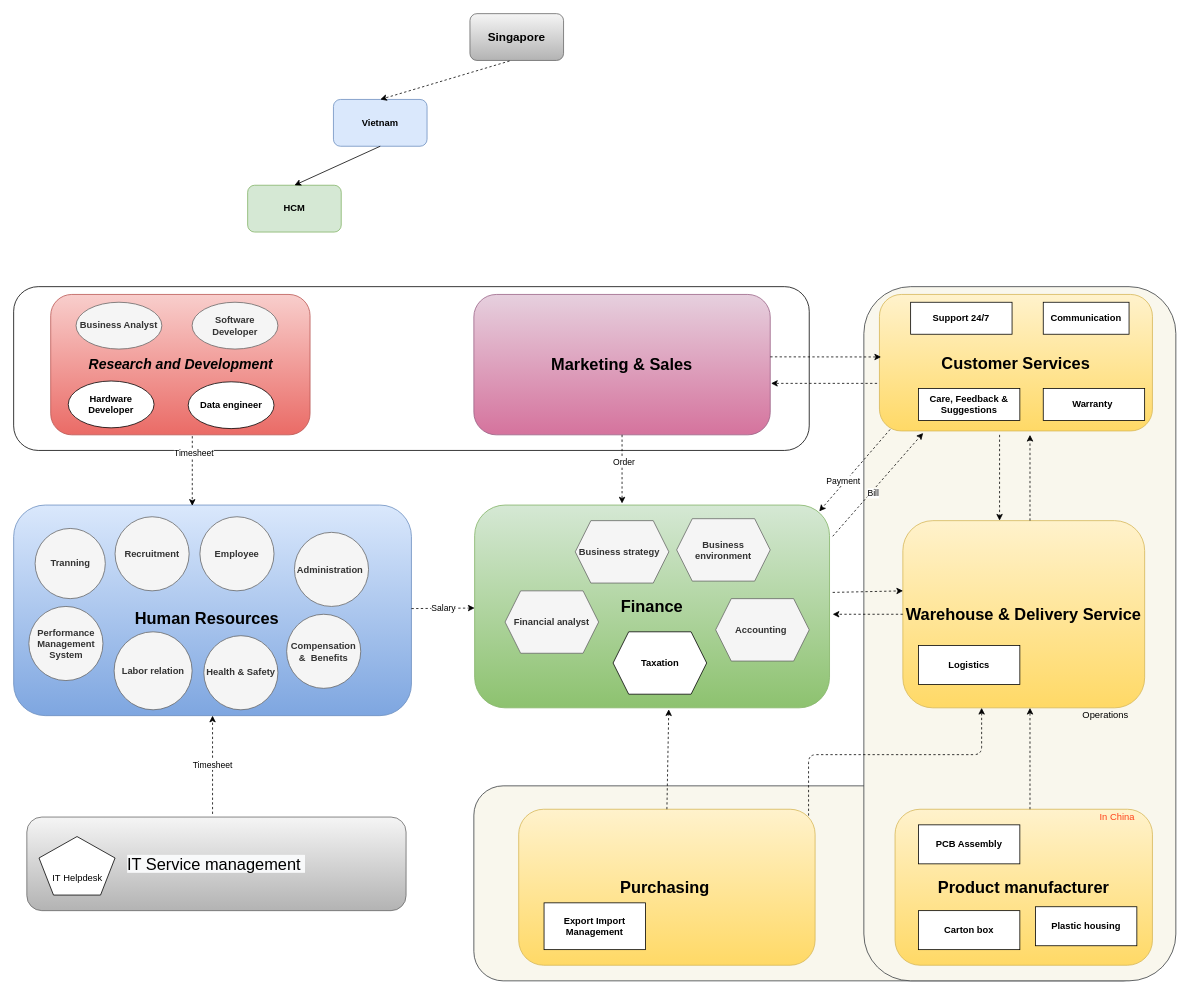
letrthong/business keeps this draw.io diagram as page "Org_Chart" (1 of 11) of 04_docs/Department_Organizational_chart.drawio. Above is the earlier version. Source tidied: cells renumbered, new cells numbered last; positions are measured from the earlier drawing's top-left corner, leaving out a move shared by most shapes. Both pictures are drawn from the tidied source at 78%, with x=0, y=0 at pixel (13, 13).
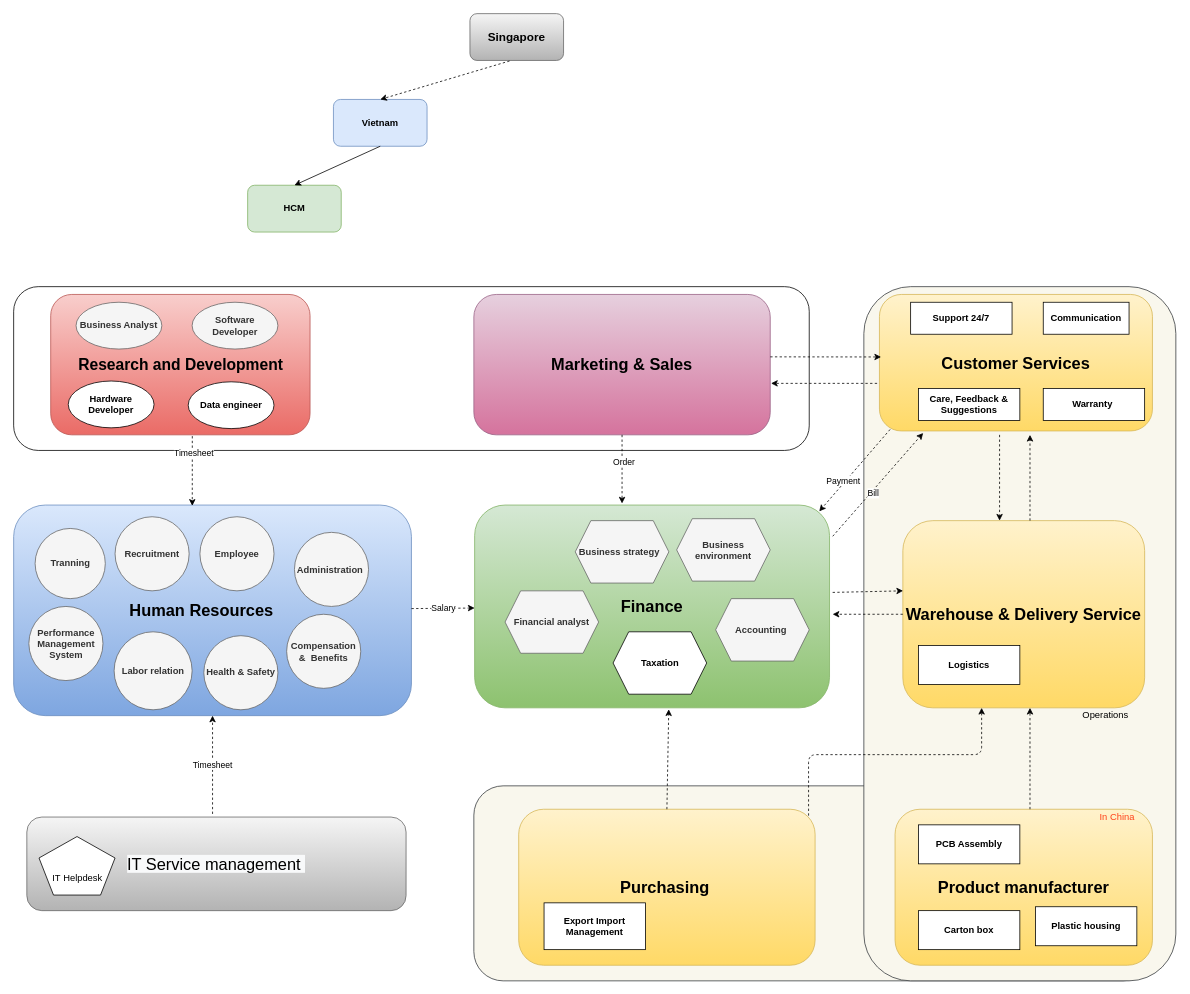
The same diagram, later.

Diff of the diagram source:
```diff
@@
-    <mxCell id="11" value="&lt;em&gt;&lt;font style=&quot;font-size: 18px&quot;&gt;&lt;b&gt;Research and Development&lt;/b&gt;&lt;/font&gt;&lt;/em&gt;" style="rounded=1;whiteSpace=wrap;html=1;gradientColor=#ea6b66;fillColor=#f8cecc;strokeColor=#b85450;" parent="1" vertex="1">
+    <mxCell id="11" value="&lt;font size=&quot;1&quot;&gt;&lt;b style=&quot;font-size: 20px&quot;&gt;Research and Development&lt;/b&gt;&lt;/font&gt;" style="rounded=1;whiteSpace=wrap;html=1;gradientColor=#ea6b66;fillColor=#f8cecc;strokeColor=#b85450;" parent="1" vertex="1">
       <mxGeometry x="47.5" y="360" width="332.5" height="180" as="geometry" />
     </mxCell>
@@
     <mxCell id="45" value="&lt;b&gt;&lt;font style=&quot;font-size: 21px&quot;&gt;Human Resources&lt;/font&gt;&lt;/b&gt;" style="text;html=1;strokeColor=none;fillColor=none;align=center;verticalAlign=middle;whiteSpace=wrap;rounded=0;" parent="1" vertex="1">
-      <mxGeometry x="125" y="755" width="246" height="40" as="geometry" />
+      <mxGeometry x="117.5" y="745" width="246" height="40" as="geometry" />
     </mxCell>
```
